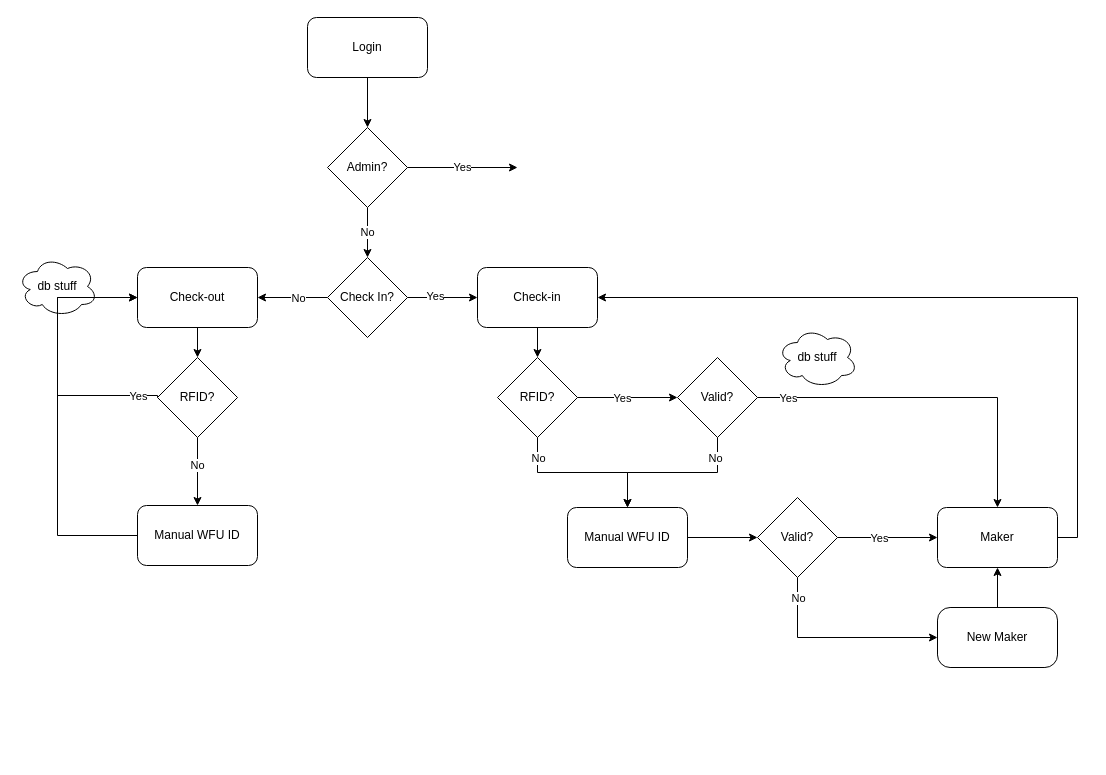
The draw.io diagram page "Flowchart" (1 of 7) of WakerSpace WebApp.drawio in lawtonmanning/wakerspace, before the edit. Source tidied: cells renumbered, new cells numbered last; positions are measured from the earlier drawing's top-left corner, leaving out a move shared by most shapes. Both pictures are drawn from the tidied source at 100%, with x=0, y=0 at pixel (17, 17).
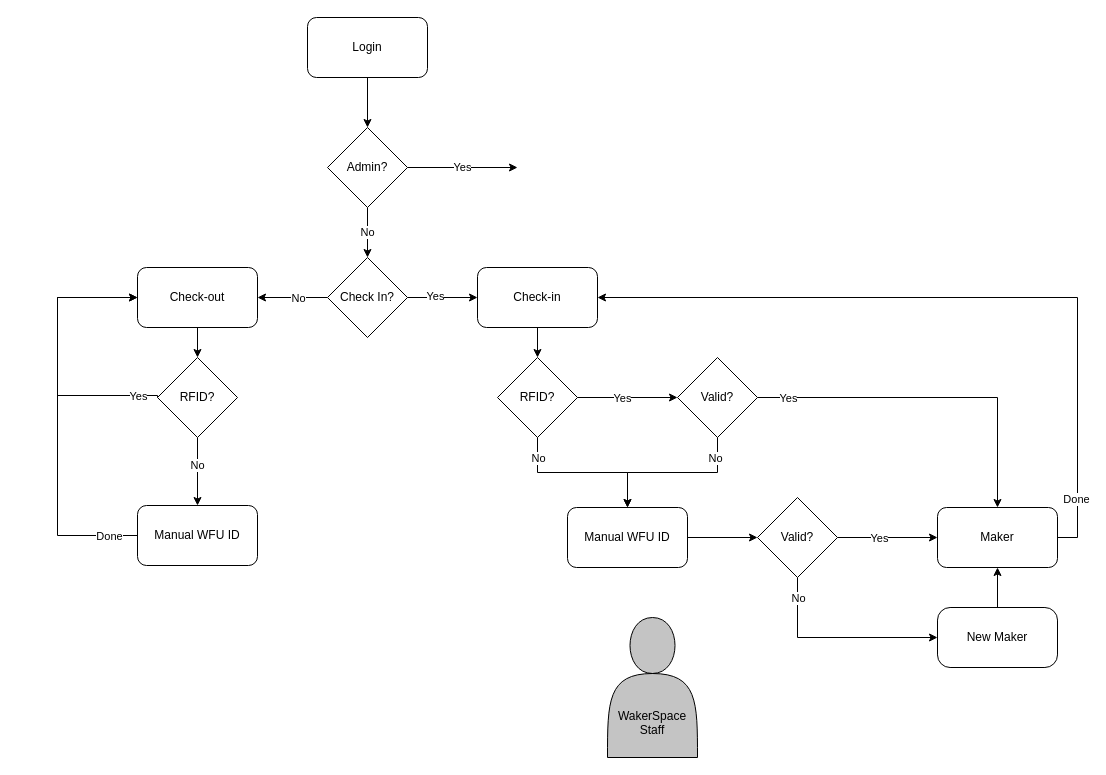
The same diagram, later.

The change refers to these unchanged cells:
```xml
<mxCell id="15" style="edgeStyle=orthogonalEdgeStyle;rounded=0;jettySize=auto;html=1;exitX=1;exitY=0.5;exitDx=0;exitDy=0;entryX=1;entryY=0.5;entryDx=0;entryDy=0;" parent="1" edge="1" source="16" target="11">
  <mxGeometry relative="1" as="geometry" />
</mxCell>
<mxCell id="41" style="edgeStyle=orthogonalEdgeStyle;rounded=0;jettySize=auto;html=1;exitX=0;exitY=0.5;exitDx=0;exitDy=0;entryX=0;entryY=0.5;entryDx=0;entryDy=0;" parent="1" edge="1" source="42" target="35">
  <mxGeometry relative="1" as="geometry">
    <Array as="points">
      <mxPoint x="40" y="518" />
      <mxPoint x="40" y="280" />
    </Array>
  </mxGeometry>
</mxCell>
```

Diff of the diagram source:
```diff
@@
-    <mxCell id="2" value="db stuff" style="ellipse;shape=cloud;whiteSpace=wrap;html=1;rounded=0;" parent="1" vertex="1">
-      <mxGeometry y="239" width="80" height="60" as="geometry" />
-    </mxCell>
@@
+    <mxCell id="47" value="Done" style="edgeLabel;html=1;align=center;verticalAlign=middle;" parent="15" vertex="1">
+      <mxGeometry x="-0.84" y="2" relative="1" as="geometry" />
+    </mxCell>
@@
+    <mxCell id="48" value="Done" style="edgeLabel;html=1;align=center;verticalAlign=middle;" parent="41" vertex="1">
+      <mxGeometry x="-0.75" y="3" relative="1" as="geometry">
+        <mxPoint x="21" y="-3" as="offset" />
+      </mxGeometry>
+    </mxCell>
@@
-    <mxCell id="46" value="db stuff" style="ellipse;shape=cloud;whiteSpace=wrap;html=1;rounded=0;" parent="1" vertex="1">
-      <mxGeometry x="760" y="310" width="80" height="60" as="geometry" />
-    </mxCell>
+    <mxCell id="49" value="&lt;br&gt;&lt;br&gt;&lt;br&gt;&lt;br&gt;&lt;br&gt;WakerSpace Staff" style="shape=actor;whiteSpace=wrap;html=1;fillColor=#C4C4C4;" parent="1" vertex="1">
+      <mxGeometry x="590" y="600" width="90" height="140" as="geometry" />
+    </mxCell>
```
